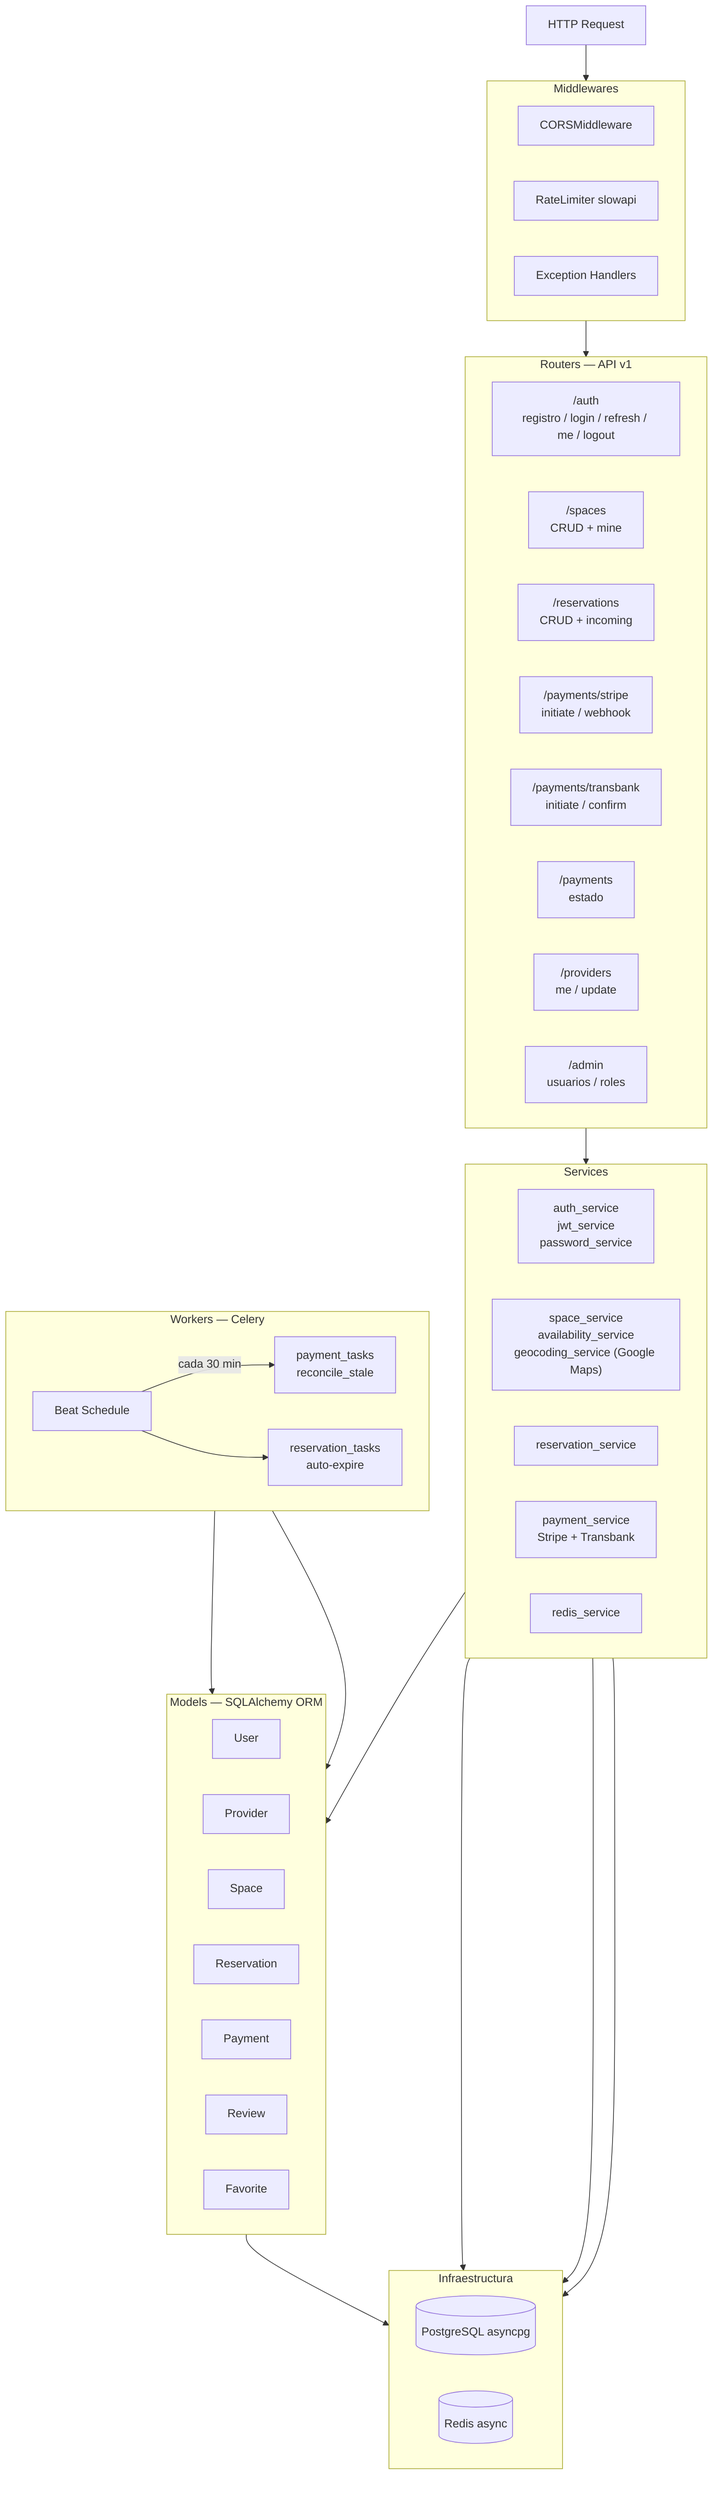
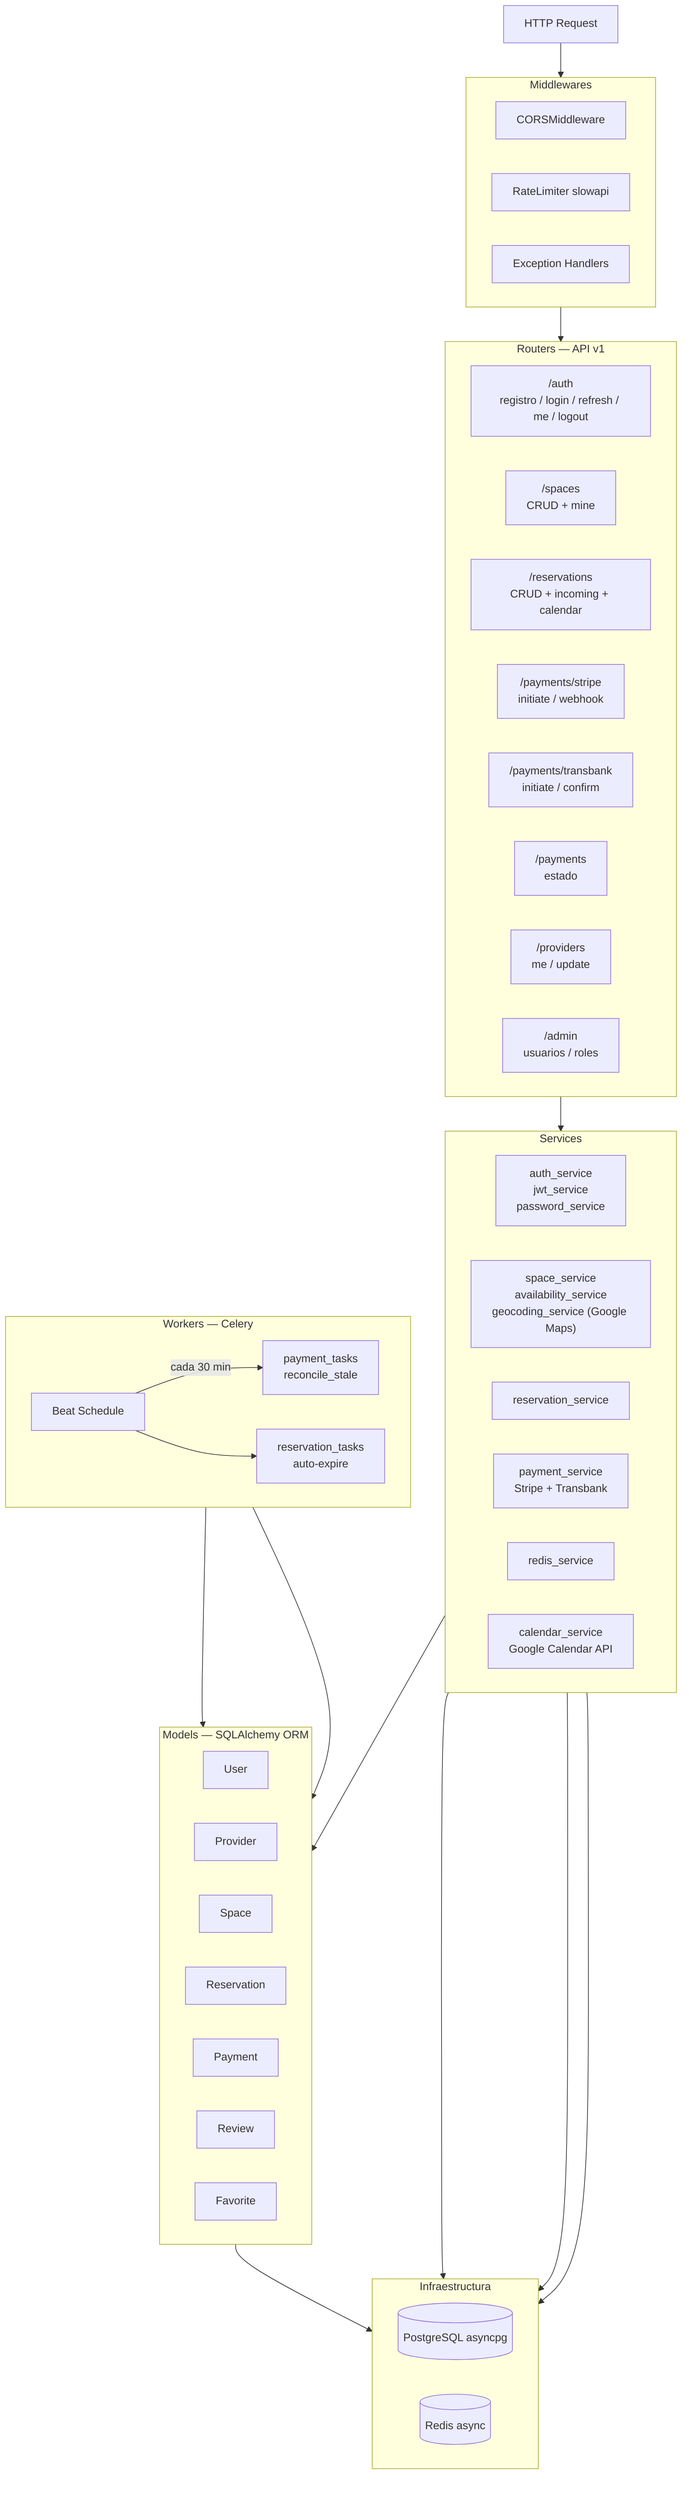
flowchart TD
  REQ["HTTP Request"]

  subgraph MW["Middlewares"]
    direction LR
    CORS["CORSMiddleware"]
    RATE["RateLimiter slowapi"]
    EXC["Exception Handlers"]
  end

  subgraph RT["Routers — API v1"]
    direction LR
    R1["/auth\nregistro / login / refresh / me / logout"]
    R2["/spaces\nCRUD + mine"]
-     R3["/reservations\nCRUD + incoming"]
+     R3["/reservations\nCRUD + incoming + calendar"]
    R4["/payments/stripe\ninitiate / webhook"]
    R5["/payments/transbank\ninitiate / confirm"]
    R6["/payments\nestado"]
    R7["/providers\nme / update"]
    R8["/admin\nusuarios / roles"]
  end

  subgraph SVC["Services"]
    direction LR
    S1["auth_service\njwt_service\npassword_service"]
    S2["space_service\navailability_service\ngeocoding_service (Google Maps)"]
    S3["reservation_service"]
    S4["payment_service\nStripe + Transbank"]
    S5["redis_service"]
+     S6["calendar_service\nGoogle Calendar API"]
  end

  subgraph MDL["Models — SQLAlchemy ORM"]
    direction LR
    M1["User"]
    M2["Provider"]
    M3["Space"]
    M4["Reservation"]
    M5["Payment"]
    M6["Review"]
    M7["Favorite"]
  end

  subgraph INFRA["Infraestructura"]
    direction LR
    PG[("PostgreSQL asyncpg")]
    RD[("Redis async")]
  end

  subgraph WRK["Workers — Celery"]
    direction LR
    W3["Beat Schedule"]
    W1["payment_tasks\nreconcile_stale"]
    W2["reservation_tasks\nauto-expire"]
  end

  REQ --> MW --> RT --> SVC --> MDL --> INFRA
  S1 --> RD
  S5 --> RD
  S2 --> RD
  W3 --"cada 30 min"--> W1
  W3 --> W2
  W1 --> MDL
  W2 --> MDL
